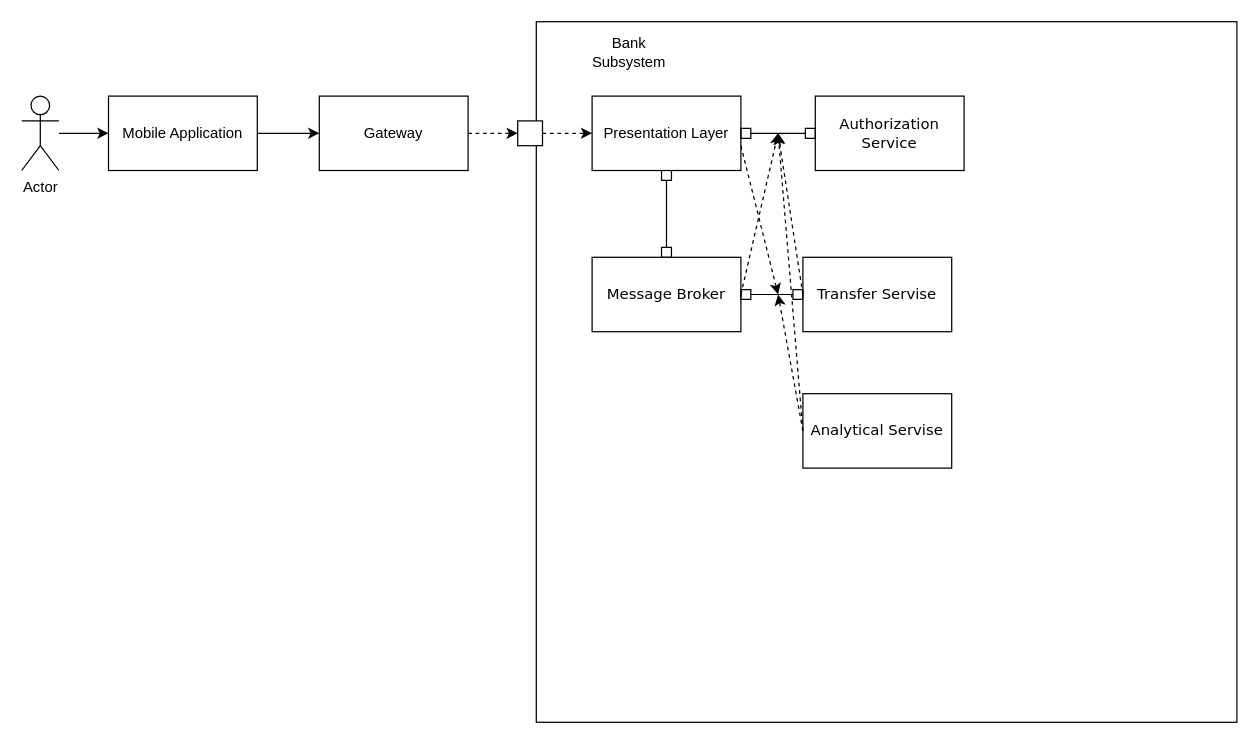
Above: page "Component Diagram" (2 of 2) of Диаграмма без названия.drawio in baldalerie/- (draw.io), before the change. Source tidied: cells renumbered, new cells numbered last; positions are measured from the earlier drawing's top-left corner, leaving out a move shared by most shapes. Both pictures are drawn from the tidied source at 124%, with x=0, y=0 at pixel (21, 21).
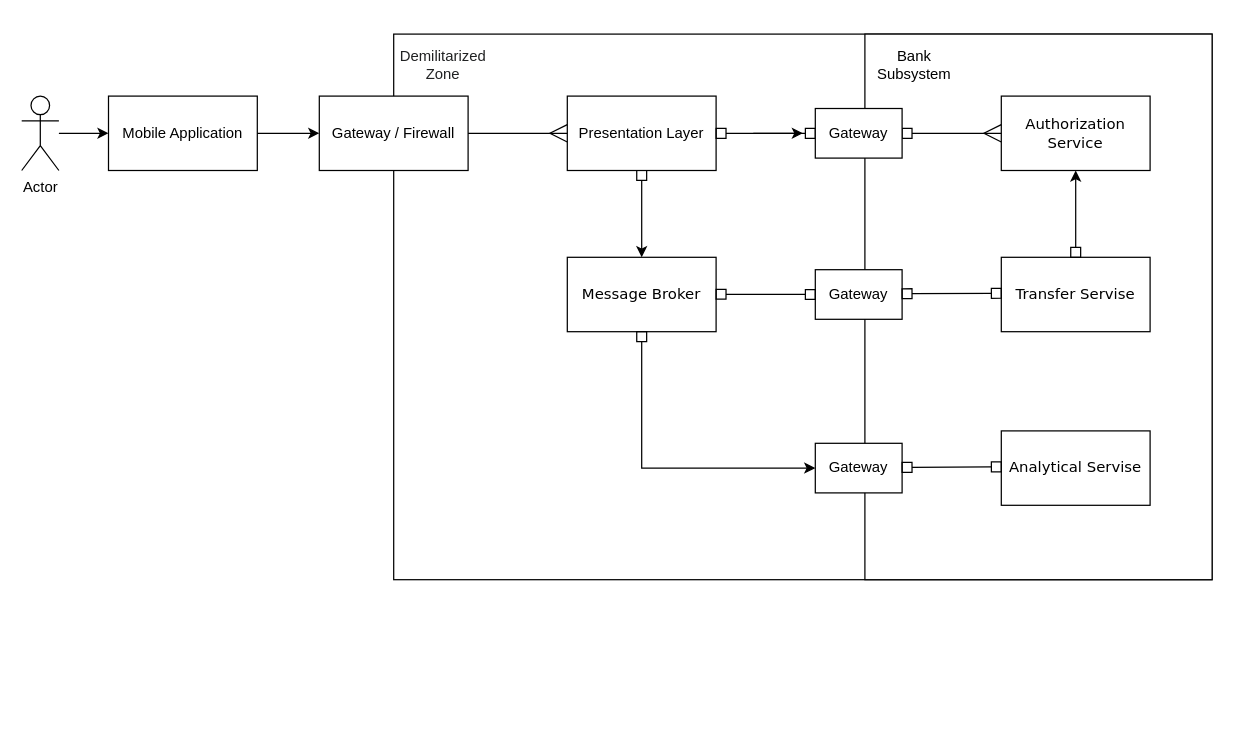
Above is the later version.

The edit, as a diff of the source:
```diff
@@
-    <mxCell id="2" style="whiteSpace=wrap;html=1;" parent="1" vertex="1">
-      <mxGeometry x="415" width="565" height="565" as="geometry" />
-    </mxCell>
+    <mxCell id="25" style="rounded=0;whiteSpace=wrap;html=1;" parent="1" vertex="1">
+      <mxGeometry x="300" y="10" width="660" height="440" as="geometry" />
+    </mxCell>
+    <mxCell id="26" style="rounded=0;whiteSpace=wrap;html=1;" parent="1" vertex="1">
+      <mxGeometry x="680" y="10" width="280" height="440" as="geometry" />
+    </mxCell>
@@
-    <mxCell id="6" style="edgeStyle=elbowEdgeStyle;rounded=0;jettySize=auto;html=1;elbow=vertical;startArrow=box;startFill=0;endArrow=box;endFill=0;" parent="1" edge="1" source="7" target="11">
+    <mxCell id="6" style="edgeStyle=elbowEdgeStyle;rounded=0;jettySize=auto;html=1;elbow=vertical;startArrow=box;startFill=0;endArrow=classic;endFill=1;" parent="1" edge="1" source="7" target="11">
       <mxGeometry relative="1" as="geometry" />
     </mxCell>
     <mxCell id="7" value="Presentation Layer" style="rounded=0;whiteSpace=wrap;html=1;" parent="1" vertex="1">
-      <mxGeometry x="460" y="60" width="120" height="60" as="geometry" />
+      <mxGeometry x="440" y="60" width="120" height="60" as="geometry" />
     </mxCell>
     <mxCell id="8" value="&lt;span style=&quot;font-family: Verdana;&quot;&gt;Authorization Service&lt;/span&gt;" style="rounded=0;whiteSpace=wrap;html=1;" parent="1" vertex="1">
-      <mxGeometry x="640" y="60" width="120" height="60" as="geometry" />
+      <mxGeometry x="790" y="60" width="120" height="60" as="geometry" />
     </mxCell>
     <mxCell id="9" value="&lt;span style=&quot;font-family: Verdana;&quot;&gt;Analytical Servise&lt;/span&gt;" style="rounded=0;whiteSpace=wrap;html=1;" parent="1" vertex="1">
-      <mxGeometry x="630" y="300" width="120" height="60" as="geometry" />
+      <mxGeometry x="790" y="330" width="120" height="60" as="geometry" />
     </mxCell>
     <mxCell id="10" value="&lt;span style=&quot;font-family: Verdana;&quot;&gt;Transfer Servise&lt;/span&gt;" style="rounded=0;whiteSpace=wrap;html=1;" parent="1" vertex="1">
-      <mxGeometry x="630" y="190" width="120" height="60" as="geometry" />
+      <mxGeometry x="790" y="190" width="120" height="60" as="geometry" />
     </mxCell>
     <mxCell id="11" value="&lt;span style=&quot;font-family: Verdana;&quot;&gt;Message Broker&lt;/span&gt;" style="rounded=0;whiteSpace=wrap;html=1;" parent="1" vertex="1">
-      <mxGeometry x="460" y="190" width="120" height="60" as="geometry" />
+      <mxGeometry x="440" y="190" width="120" height="60" as="geometry" />
     </mxCell>
     <mxCell id="12" value="Bank Subsystem" style="text;html=1;align=center;verticalAlign=middle;whiteSpace=wrap;rounded=0;" parent="1" vertex="1">
-      <mxGeometry x="460" y="10" width="60" height="30" as="geometry" />
+      <mxGeometry x="690" y="20" width="60" height="30" as="geometry" />
     </mxCell>
-    <mxCell id="13" style="edgeStyle=orthogonalEdgeStyle;rounded=0;jettySize=auto;html=1;dashed=1;" parent="1" edge="1" source="14" target="17">
-      <mxGeometry relative="1" as="geometry" />
-    </mxCell>
-    <mxCell id="14" value="Gateway" style="rounded=0;whiteSpace=wrap;html=1;" parent="1" vertex="1">
+    <mxCell id="14" value="Gateway / Firewall" style="rounded=0;whiteSpace=wrap;html=1;" parent="1" vertex="1">
       <mxGeometry x="240" y="60" width="120" height="60" as="geometry" />
     </mxCell>
@@
-    <mxCell id="16" style="edgeStyle=orthogonalEdgeStyle;rounded=0;jettySize=auto;html=1;dashed=1;" parent="1" edge="1" source="17" target="7">
+    <mxCell id="16" style="edgeStyle=orthogonalEdgeStyle;rounded=0;jettySize=auto;html=1;exitX=1;exitY=0.5;exitDx=0;exitDy=0;endArrow=ERmany;endFill=0;endSize=12;" parent="1" edge="1" source="14" target="7">
       <mxGeometry relative="1" as="geometry" />
     </mxCell>
-    <mxCell id="17" style="whiteSpace=wrap;html=1;" parent="1" vertex="1">
-      <mxGeometry x="400" y="80" width="20" height="20" as="geometry" />
-    </mxCell>
-    <mxCell id="18" style="edgeStyle=elbowEdgeStyle;rounded=0;jettySize=auto;html=1;elbow=vertical;startArrow=box;startFill=0;endArrow=box;endFill=0;exitX=1;exitY=0.5;exitDx=0;exitDy=0;entryX=0;entryY=0.5;entryDx=0;entryDy=0;" parent="1" edge="1" source="7" target="8">
+    <mxCell id="18" style="edgeStyle=elbowEdgeStyle;rounded=0;jettySize=auto;html=1;elbow=vertical;startArrow=box;startFill=0;endArrow=ERmany;endFill=0;exitX=1;exitY=0.5;exitDx=0;exitDy=0;entryX=0;entryY=0.5;entryDx=0;entryDy=0;endSize=12;" parent="1" edge="1" source="29" target="8">
       <mxGeometry relative="1" as="geometry" />
     </mxCell>
-    <mxCell id="19" style="edgeStyle=elbowEdgeStyle;rounded=0;jettySize=auto;html=1;elbow=vertical;startArrow=box;startFill=0;endArrow=box;endFill=0;exitX=1;exitY=0.5;exitDx=0;exitDy=0;entryX=0;entryY=0.5;entryDx=0;entryDy=0;" parent="1" edge="1" source="11" target="10">
-      <mxGeometry relative="1" as="geometry" />
-    </mxCell>
-    <mxCell id="20" style="endArrow=classic;html=1;rounded=0;dashed=1;" parent="1" edge="1">
-      <mxGeometry relative="1" as="geometry">
-        <mxPoint x="580" y="220" as="sourcePoint" />
-        <mxPoint x="610" y="90" as="targetPoint" />
-      </mxGeometry>
-    </mxCell>
-    <mxCell id="21" style="endArrow=classic;html=1;rounded=0;dashed=1;" parent="1" edge="1">
-      <mxGeometry relative="1" as="geometry">
-        <mxPoint x="630" y="220" as="sourcePoint" />
-        <mxPoint x="610" y="90" as="targetPoint" />
-      </mxGeometry>
-    </mxCell>
-    <mxCell id="22" style="endArrow=classic;html=1;rounded=0;dashed=1;exitX=0;exitY=0.5;exitDx=0;exitDy=0;" parent="1" edge="1" source="9">
-      <mxGeometry relative="1" as="geometry">
-        <mxPoint x="610" y="90" as="targetPoint" />
-      </mxGeometry>
-    </mxCell>
-    <mxCell id="23" style="endArrow=classic;html=1;rounded=0;dashed=1;" parent="1" edge="1">
-      <mxGeometry relative="1" as="geometry">
-        <mxPoint x="630" y="330" as="sourcePoint" />
-        <mxPoint x="610" y="220" as="targetPoint" />
-      </mxGeometry>
-    </mxCell>
-    <mxCell id="24" style="endArrow=classic;html=1;rounded=0;dashed=1;" parent="1" edge="1">
-      <mxGeometry relative="1" as="geometry">
-        <mxPoint x="580" y="100" as="sourcePoint" />
-        <mxPoint x="610" y="220" as="targetPoint" />
-      </mxGeometry>
-    </mxCell>
+    <mxCell id="27" value="&lt;span style=&quot;text-align: start; caret-color: rgb(32, 33, 34); color: rgb(32, 33, 34); font-family: sans-serif; background-color: rgb(255, 255, 255);&quot;&gt;&lt;font style=&quot;font-size: 12px;&quot;&gt;Demilitarized Zone&lt;/font&gt;&lt;/span&gt;" style="text;html=1;align=center;verticalAlign=middle;whiteSpace=wrap;rounded=0;" parent="1" vertex="1">
+      <mxGeometry x="310" y="20" width="60" height="30" as="geometry" />
+    </mxCell>
+    <mxCell id="28" style="edgeStyle=elbowEdgeStyle;rounded=0;jettySize=auto;html=1;elbow=vertical;startArrow=box;startFill=0;endArrow=box;endFill=0;exitX=1;exitY=0.5;exitDx=0;exitDy=0;entryX=0;entryY=0.5;entryDx=0;entryDy=0;" parent="1" edge="1" source="7" target="29">
+      <mxGeometry relative="1" as="geometry" />
+    </mxCell>
+    <mxCell id="29" value="Gateway" style="rounded=0;whiteSpace=wrap;html=1;" parent="1" vertex="1">
+      <mxGeometry x="640" y="70" width="70" height="40" as="geometry" />
+    </mxCell>
+    <mxCell id="30" value="Gateway" style="rounded=0;whiteSpace=wrap;html=1;" parent="1" vertex="1">
+      <mxGeometry x="640" y="200" width="70" height="40" as="geometry" />
+    </mxCell>
+    <mxCell id="31" style="endArrow=classic;html=1;rounded=0;" parent="1" edge="1">
+      <mxGeometry relative="1" as="geometry">
+        <mxPoint x="590" y="90" as="sourcePoint" />
+        <mxPoint x="630" y="90" as="targetPoint" />
+      </mxGeometry>
+    </mxCell>
+    <mxCell id="32" style="endArrow=classic;html=1;rounded=0;entryX=0.5;entryY=1;entryDx=0;entryDy=0;exitX=0.5;exitY=0;exitDx=0;exitDy=0;startArrow=box;startFill=0;" parent="1" edge="1" source="10" target="8">
+      <mxGeometry relative="1" as="geometry" />
+    </mxCell>
+    <mxCell id="33" value="Gateway" style="rounded=0;whiteSpace=wrap;html=1;" parent="1" vertex="1">
+      <mxGeometry x="640" y="340" width="70" height="40" as="geometry" />
+    </mxCell>
+    <mxCell id="34" style="edgeStyle=elbowEdgeStyle;rounded=0;orthogonalLoop=1;jettySize=auto;html=1;elbow=vertical;startArrow=box;startFill=0;endArrow=box;endFill=0;exitX=1;exitY=0.5;exitDx=0;exitDy=0;entryX=0;entryY=0.5;entryDx=0;entryDy=0;" parent="1" edge="1">
+      <mxGeometry relative="1" as="geometry">
+        <mxPoint x="710" y="219.4" as="sourcePoint" />
+        <mxPoint x="790" y="219.4" as="targetPoint" />
+      </mxGeometry>
+    </mxCell>
+    <mxCell id="35" style="edgeStyle=elbowEdgeStyle;rounded=0;orthogonalLoop=1;jettySize=auto;html=1;elbow=vertical;startArrow=box;startFill=0;endArrow=box;endFill=0;exitX=1;exitY=0.5;exitDx=0;exitDy=0;entryX=0;entryY=0.5;entryDx=0;entryDy=0;" parent="1" edge="1">
+      <mxGeometry relative="1" as="geometry">
+        <mxPoint x="710" y="359.4" as="sourcePoint" />
+        <mxPoint x="790" y="359.4" as="targetPoint" />
+      </mxGeometry>
+    </mxCell>
+    <mxCell id="36" style="edgeStyle=elbowEdgeStyle;rounded=0;jettySize=auto;html=1;elbow=vertical;startArrow=box;startFill=0;endArrow=classic;endFill=1;exitX=0.5;exitY=1;exitDx=0;exitDy=0;" parent="1" edge="1" source="11">
+      <mxGeometry relative="1" as="geometry">
+        <mxPoint x="640" y="360" as="targetPoint" />
+        <Array as="points">
+          <mxPoint x="580" y="360" />
+        </Array>
+      </mxGeometry>
+    </mxCell>
+    <mxCell id="37" style="edgeStyle=elbowEdgeStyle;rounded=0;orthogonalLoop=1;jettySize=auto;html=1;elbow=vertical;startArrow=box;startFill=0;endArrow=box;endFill=0;exitX=1;exitY=0.5;exitDx=0;exitDy=0;entryX=0;entryY=0.5;entryDx=0;entryDy=0;" parent="1" edge="1">
+      <mxGeometry relative="1" as="geometry">
+        <mxPoint x="560" y="219.8" as="sourcePoint" />
+        <mxPoint x="640" y="219.8" as="targetPoint" />
+      </mxGeometry>
+    </mxCell>
```
